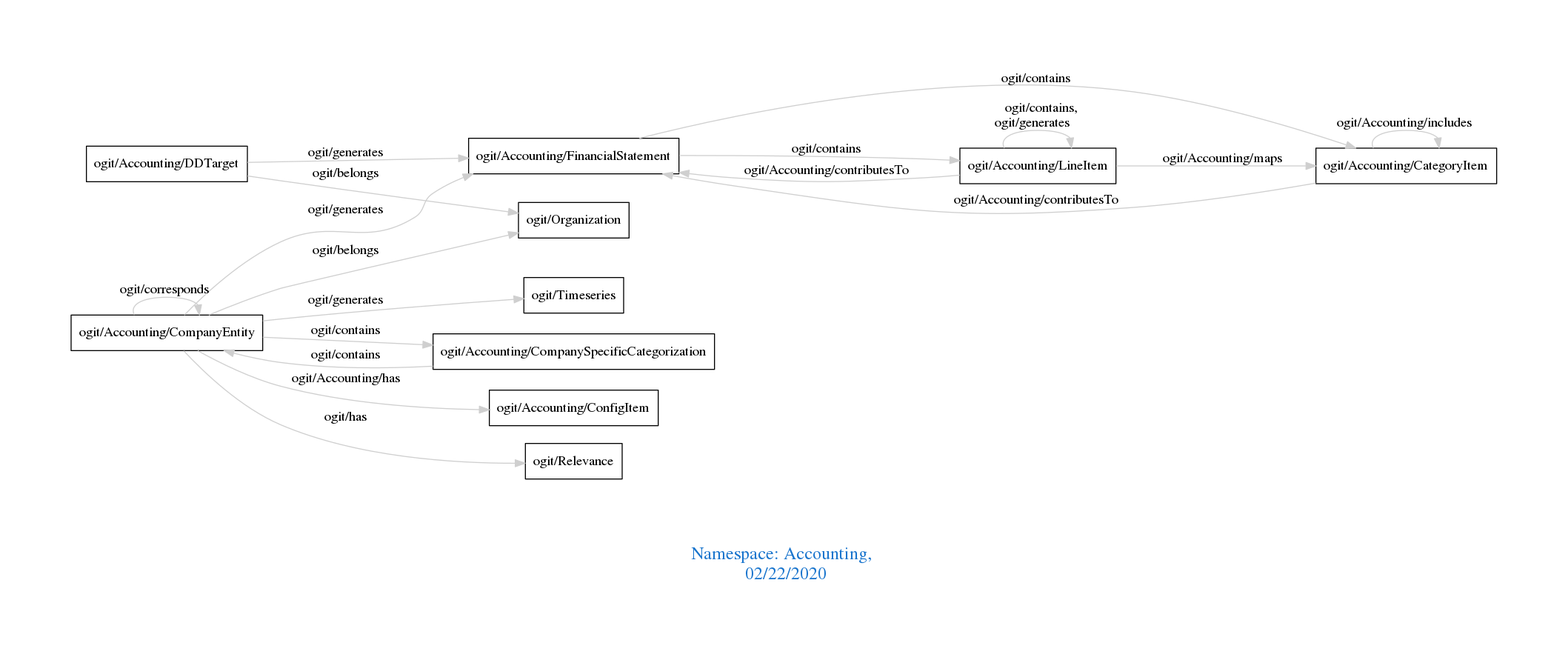
The Graphviz diagram downloads/Accounting.png in arago/OGIT, before a commit. Its source is kept beside it as downloads/Accounting.dot.
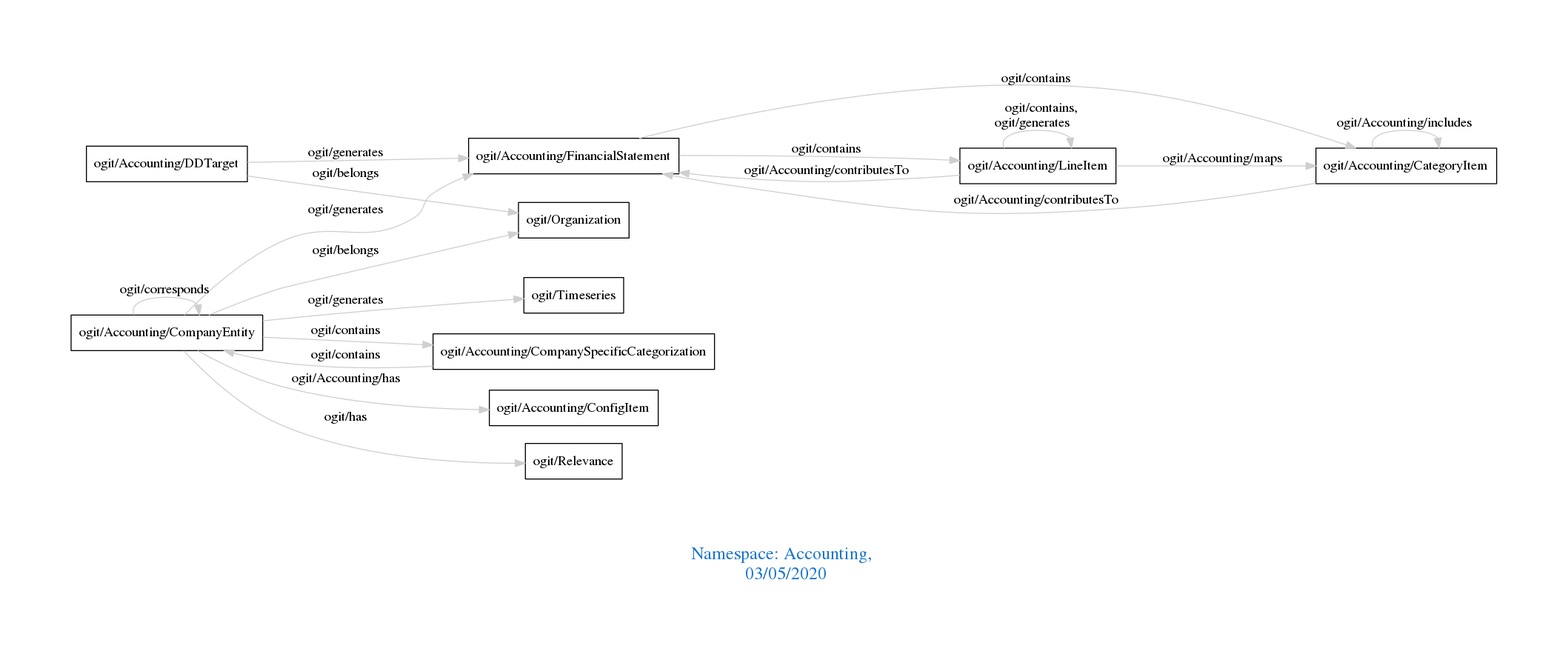
Above is the later version.

Diff of the diagram source:
```diff
@@ -1,7 +1,7 @@
 digraph OGIT_ontology {
  graph [ rankdir= LR,pad=1
 fontsize = 18,
-fontcolor= dodgerblue3,label = "\n\n\nNamespace: Accounting, \n 02/22/2020"];
+fontcolor= dodgerblue3,label = "\n\n\nNamespace: Accounting, \n 03/05/2020"];
 node[shape=polygon];
 edge [  color="gray81"];
 
```
